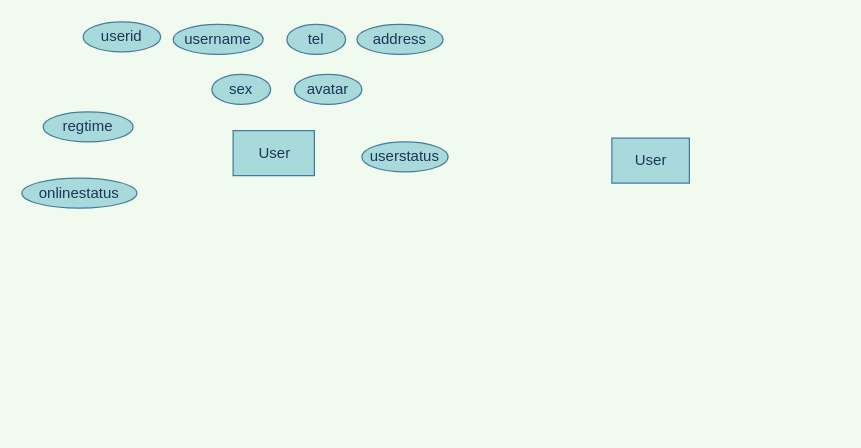
This is 跳蚤市场数据库ER图.drawio from 200928/image, a draw.io file, before an edit. Source tidied: cells renumbered, new cells numbered last; positions are measured from the earlier drawing's top-left corner, leaving out a move shared by most shapes. Both pictures are drawn from the tidied source at 125%, with x=0, y=0 at pixel (21, 21).
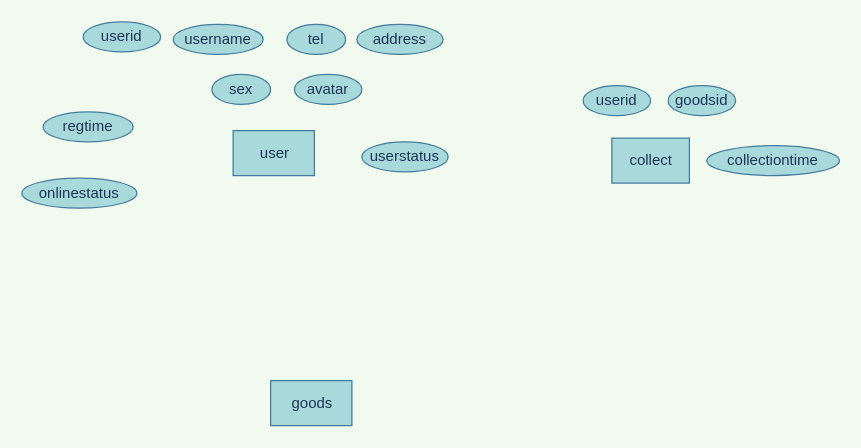
The same page after the edit.

Commit message (it also covers changes not shown here):
更新跳蚤市场数据库ER图.drawio

Change to the diagram source:
```diff
@@
 <mxGraphModel background="#F1FAEE">
   <root>
     <mxCell id="0" />
     <mxCell id="1" parent="0" />
-    <mxCell id="2" value="User" style="html=1;fillColor=#A8DADC;strokeColor=#457B9D;fontColor=#1D3557;" parent="1" vertex="1">
+    <mxCell id="2" value="user" style="html=1;fillColor=#A8DADC;strokeColor=#457B9D;fontColor=#1D3557;" parent="1" vertex="1">
       <mxGeometry x="169" y="87" width="65" height="36" as="geometry" />
     </mxCell>
-    <mxCell id="3" value="User" style="html=1;fillColor=#A8DADC;strokeColor=#457B9D;fontColor=#1D3557;" parent="1" vertex="1">
+    <mxCell id="3" value="collect" style="html=1;fillColor=#A8DADC;strokeColor=#457B9D;fontColor=#1D3557;" parent="1" vertex="1">
       <mxGeometry x="472" y="93" width="62" height="36" as="geometry" />
     </mxCell>
     <mxCell id="4" value="userid" style="ellipse;whiteSpace=wrap;html=1;rounded=0;sketch=0;fontColor=#1D3557;strokeColor=#457B9D;fillColor=#A8DADC;" parent="1" vertex="1">
       <mxGeometry x="49" width="62" height="24" as="geometry" />
     </mxCell>
     <mxCell id="5" value="username" style="ellipse;whiteSpace=wrap;html=1;rounded=0;sketch=0;fontColor=#1D3557;strokeColor=#457B9D;fillColor=#A8DADC;" parent="1" vertex="1">
       <mxGeometry x="121" y="2" width="72" height="24" as="geometry" />
     </mxCell>
     <mxCell id="6" value="tel" style="ellipse;whiteSpace=wrap;html=1;rounded=0;sketch=0;fontColor=#1D3557;strokeColor=#457B9D;fillColor=#A8DADC;" parent="1" vertex="1">
       <mxGeometry x="212" y="2" width="47" height="24" as="geometry" />
     </mxCell>
     <mxCell id="7" value="address" style="ellipse;whiteSpace=wrap;html=1;rounded=0;sketch=0;fontColor=#1D3557;strokeColor=#457B9D;fillColor=#A8DADC;" parent="1" vertex="1">
       <mxGeometry x="268" y="2" width="69" height="24" as="geometry" />
     </mxCell>
     <mxCell id="8" value="sex" style="ellipse;whiteSpace=wrap;html=1;rounded=0;sketch=0;fontColor=#1D3557;strokeColor=#457B9D;fillColor=#A8DADC;" parent="1" vertex="1">
       <mxGeometry x="152" y="42" width="47" height="24" as="geometry" />
     </mxCell>
     <mxCell id="9" value="avatar" style="ellipse;whiteSpace=wrap;html=1;rounded=0;sketch=0;fontColor=#1D3557;strokeColor=#457B9D;fillColor=#A8DADC;" parent="1" vertex="1">
       <mxGeometry x="218" y="42" width="54" height="24" as="geometry" />
     </mxCell>
     <mxCell id="10" value="regtime" style="ellipse;whiteSpace=wrap;html=1;rounded=0;sketch=0;fontColor=#1D3557;strokeColor=#457B9D;fillColor=#A8DADC;" parent="1" vertex="1">
       <mxGeometry x="17" y="72" width="72" height="24" as="geometry" />
     </mxCell>
     <mxCell id="11" value="onlinestatus" style="ellipse;whiteSpace=wrap;html=1;rounded=0;sketch=0;fontColor=#1D3557;strokeColor=#457B9D;fillColor=#A8DADC;" parent="1" vertex="1">
       <mxGeometry y="125" width="92" height="24" as="geometry" />
     </mxCell>
     <mxCell id="12" value="userstatus" style="ellipse;whiteSpace=wrap;html=1;rounded=0;sketch=0;fontColor=#1D3557;strokeColor=#457B9D;fillColor=#A8DADC;" parent="1" vertex="1">
       <mxGeometry x="272" y="96" width="69" height="24" as="geometry" />
     </mxCell>
+    <mxCell id="13" value="userid" style="ellipse;whiteSpace=wrap;html=1;rounded=0;sketch=0;fontColor=#1D3557;strokeColor=#457B9D;fillColor=#A8DADC;" parent="1" vertex="1">
+      <mxGeometry x="449" y="51" width="54" height="24" as="geometry" />
+    </mxCell>
+    <mxCell id="14" value="goodsid" style="ellipse;whiteSpace=wrap;html=1;rounded=0;sketch=0;fontColor=#1D3557;strokeColor=#457B9D;fillColor=#A8DADC;" parent="1" vertex="1">
+      <mxGeometry x="517" y="51" width="54" height="24" as="geometry" />
+    </mxCell>
+    <mxCell id="15" value="collectiontime" style="ellipse;whiteSpace=wrap;html=1;rounded=0;sketch=0;fontColor=#1D3557;strokeColor=#457B9D;fillColor=#A8DADC;" parent="1" vertex="1">
+      <mxGeometry x="548" y="99" width="106" height="24" as="geometry" />
+    </mxCell>
+    <mxCell id="16" value="goods" style="html=1;fillColor=#A8DADC;strokeColor=#457B9D;fontColor=#1D3557;" parent="1" vertex="1">
+      <mxGeometry x="199" y="287" width="65" height="36" as="geometry" />
+    </mxCell>
   </root>
 </mxGraphModel>
```
